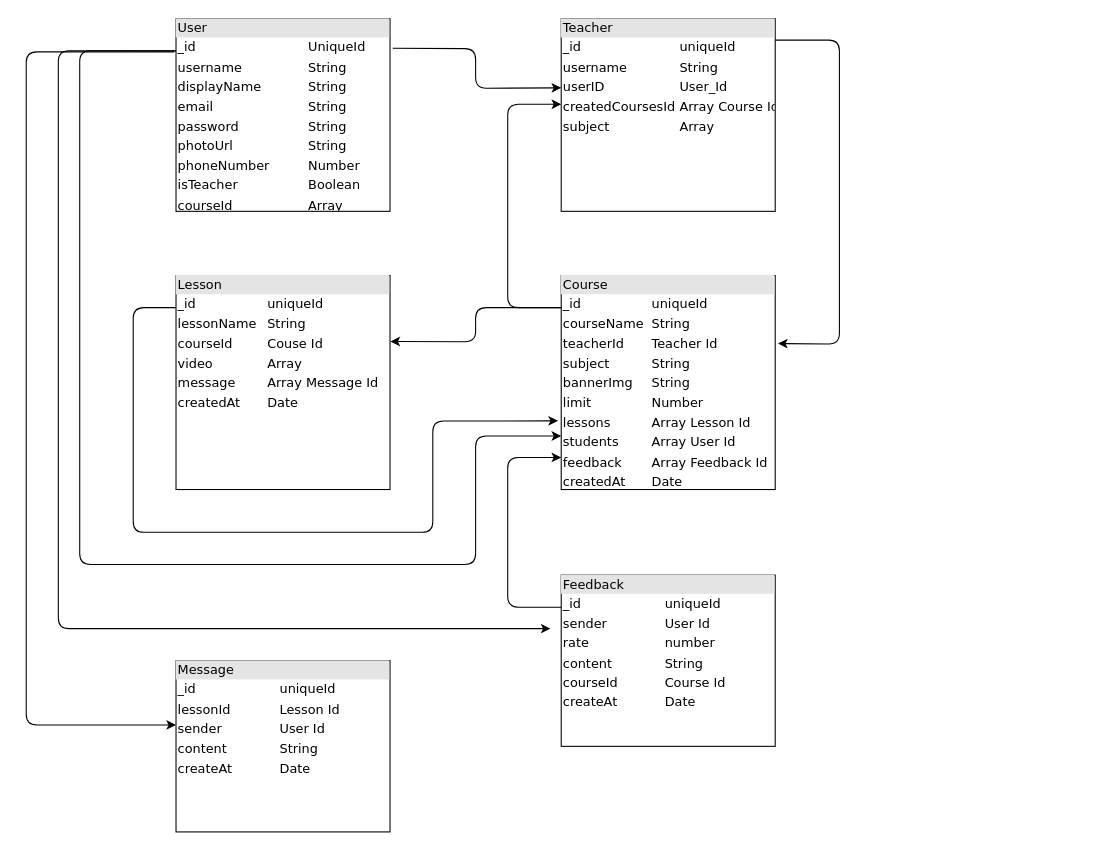
The draw.io diagram database.drawio in nguyenvanbapc66/4-chang-trai, before the edit. Source tidied: cells renumbered, new cells numbered last; positions are measured from the earlier drawing's top-left corner, leaving out a move shared by most shapes. Both pictures are drawn from the tidied source at 107%, with x=0, y=0 at pixel (26, 18).
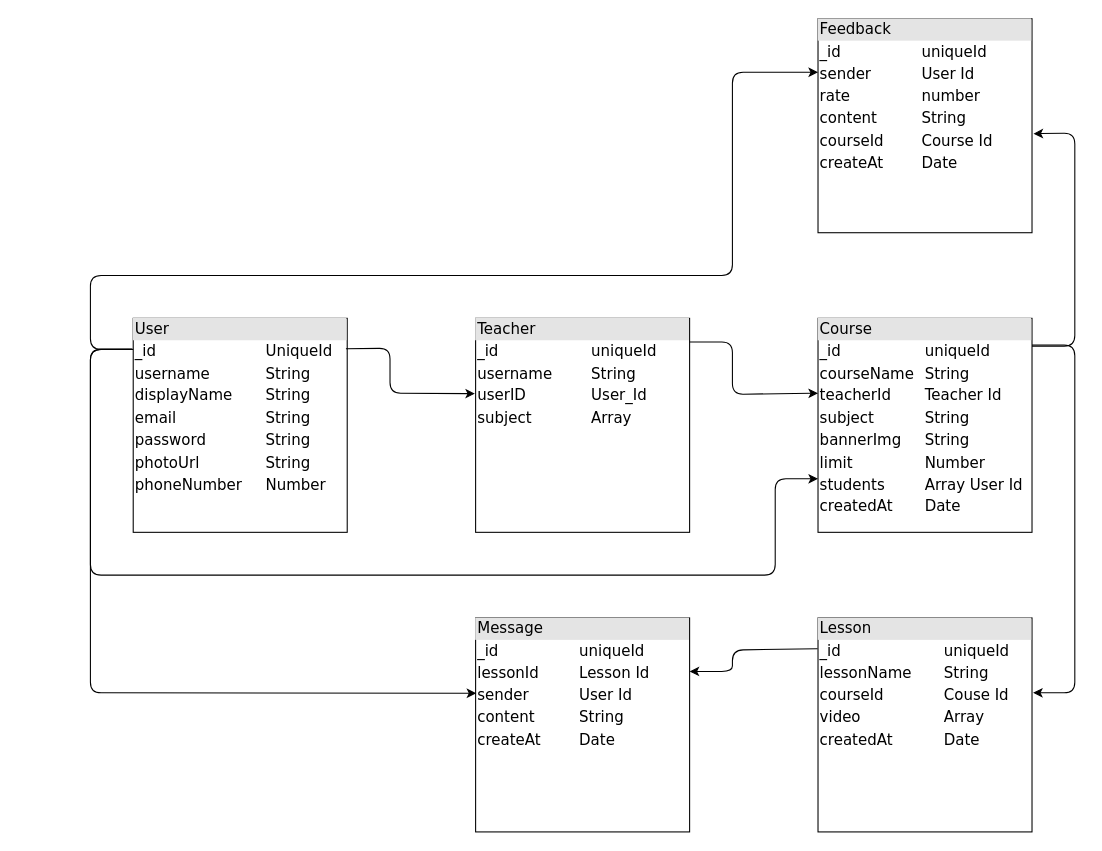
The same diagram, later.

The edit, as a diff of the source:
```diff
@@
-    <mxCell id="2" value="&lt;div style=&quot;box-sizing: border-box ; width: 100% ; background: #e4e4e4 ; padding: 2px&quot;&gt;User&lt;/div&gt;&lt;table style=&quot;width: 100% ; font-size: 1em&quot; cellpadding=&quot;2&quot; cellspacing=&quot;0&quot;&gt;&lt;tbody&gt;&lt;tr&gt;&lt;td&gt;_id&lt;/td&gt;&lt;td&gt;UniqueId&lt;br&gt;&lt;/td&gt;&lt;/tr&gt;&lt;tr&gt;&lt;td&gt;username&lt;/td&gt;&lt;td&gt;String&lt;/td&gt;&lt;/tr&gt;&lt;tr&gt;&lt;td&gt;displayName&lt;/td&gt;&lt;td&gt;String&lt;/td&gt;&lt;/tr&gt;&lt;tr&gt;&lt;td&gt;email&lt;/td&gt;&lt;td&gt;String&lt;/td&gt;&lt;/tr&gt;&lt;tr&gt;&lt;td&gt;password&lt;/td&gt;&lt;td&gt;String&lt;/td&gt;&lt;/tr&gt;&lt;tr&gt;&lt;td&gt;photoUrl&lt;/td&gt;&lt;td&gt;String&lt;/td&gt;&lt;/tr&gt;&lt;tr&gt;&lt;td&gt;phoneNumber&lt;/td&gt;&lt;td&gt;Number&lt;/td&gt;&lt;/tr&gt;&lt;tr&gt;&lt;td&gt;isTeacher&lt;/td&gt;&lt;td&gt;Boolean&lt;/td&gt;&lt;/tr&gt;&lt;tr&gt;&lt;td&gt;courseId&lt;/td&gt;&lt;td&gt;Array&lt;/td&gt;&lt;/tr&gt;&lt;/tbody&gt;&lt;/table&gt;" style="verticalAlign=top;align=left;overflow=fill;html=1;rounded=0;shadow=0;comic=0;labelBackgroundColor=none;strokeWidth=1;fontFamily=Verdana;fontSize=12;" parent="1" vertex="1">
-      <mxGeometry x="140" width="200" height="180" as="geometry" />
+    <mxCell id="2" value="&lt;div style=&quot;box-sizing: border-box ; width: 100% ; background: rgb(228 , 228 , 228) ; padding: 2px ; font-size: 14px&quot;&gt;&lt;font style=&quot;font-size: 14px&quot;&gt;User&lt;/font&gt;&lt;/div&gt;&lt;table style=&quot;width: 100% ; font-size: 14px&quot; cellpadding=&quot;2&quot; cellspacing=&quot;0&quot;&gt;&lt;tbody&gt;&lt;tr&gt;&lt;td&gt;&lt;font style=&quot;font-size: 14px&quot;&gt;_id&lt;/font&gt;&lt;/td&gt;&lt;td&gt;&lt;font style=&quot;font-size: 14px&quot;&gt;UniqueId&lt;br&gt;&lt;/font&gt;&lt;/td&gt;&lt;/tr&gt;&lt;tr&gt;&lt;td&gt;&lt;font style=&quot;font-size: 14px&quot;&gt;username&lt;/font&gt;&lt;/td&gt;&lt;td&gt;&lt;font style=&quot;font-size: 14px&quot;&gt;String&lt;/font&gt;&lt;/td&gt;&lt;/tr&gt;&lt;tr&gt;&lt;td&gt;&lt;font style=&quot;font-size: 14px&quot;&gt;displayName&lt;/font&gt;&lt;/td&gt;&lt;td&gt;&lt;font style=&quot;font-size: 14px&quot;&gt;String&lt;/font&gt;&lt;/td&gt;&lt;/tr&gt;&lt;tr&gt;&lt;td&gt;&lt;font style=&quot;font-size: 14px&quot;&gt;email&lt;/font&gt;&lt;/td&gt;&lt;td&gt;&lt;font style=&quot;font-size: 14px&quot;&gt;String&lt;/font&gt;&lt;/td&gt;&lt;/tr&gt;&lt;tr&gt;&lt;td&gt;&lt;font style=&quot;font-size: 14px&quot;&gt;password&lt;/font&gt;&lt;/td&gt;&lt;td&gt;&lt;font style=&quot;font-size: 14px&quot;&gt;String&lt;/font&gt;&lt;/td&gt;&lt;/tr&gt;&lt;tr&gt;&lt;td&gt;&lt;font style=&quot;font-size: 14px&quot;&gt;photoUrl&lt;/font&gt;&lt;/td&gt;&lt;td&gt;&lt;font style=&quot;font-size: 14px&quot;&gt;String&lt;/font&gt;&lt;/td&gt;&lt;/tr&gt;&lt;tr&gt;&lt;td&gt;&lt;font style=&quot;font-size: 14px&quot;&gt;phoneNumber&lt;/font&gt;&lt;/td&gt;&lt;td&gt;&lt;font style=&quot;font-size: 14px&quot;&gt;Number&lt;/font&gt;&lt;/td&gt;&lt;/tr&gt;&lt;/tbody&gt;&lt;/table&gt;" style="verticalAlign=top;align=left;overflow=fill;html=1;rounded=0;shadow=0;comic=0;labelBackgroundColor=none;strokeWidth=1;fontFamily=Verdana;fontSize=12;" parent="1" vertex="1">
+      <mxGeometry x="100" y="280" width="200" height="200" as="geometry" />
     </mxCell>
-    <mxCell id="3" value="&lt;div style=&quot;box-sizing: border-box ; width: 100% ; background: #e4e4e4 ; padding: 2px&quot;&gt;Course&lt;/div&gt;&lt;table style=&quot;width: 100% ; font-size: 1em&quot; cellpadding=&quot;2&quot; cellspacing=&quot;0&quot;&gt;&lt;tbody&gt;&lt;tr&gt;&lt;td&gt;_id&lt;/td&gt;&lt;td&gt;uniqueId&lt;/td&gt;&lt;/tr&gt;&lt;tr&gt;&lt;td&gt;courseName&lt;/td&gt;&lt;td&gt;String&lt;/td&gt;&lt;/tr&gt;&lt;tr&gt;&lt;td&gt;teacherId&lt;/td&gt;&lt;td&gt;Teacher Id&lt;/td&gt;&lt;/tr&gt;&lt;tr&gt;&lt;td&gt;subject&lt;/td&gt;&lt;td&gt;String&lt;/td&gt;&lt;/tr&gt;&lt;tr&gt;&lt;td&gt;bannerImg&lt;/td&gt;&lt;td&gt;String&lt;/td&gt;&lt;/tr&gt;&lt;tr&gt;&lt;td&gt;limit&lt;/td&gt;&lt;td&gt;Number&lt;/td&gt;&lt;/tr&gt;&lt;tr&gt;&lt;td&gt;lessons&lt;/td&gt;&lt;td&gt;Array Lesson Id&lt;/td&gt;&lt;/tr&gt;&lt;tr&gt;&lt;td&gt;students&lt;/td&gt;&lt;td&gt;Array User Id&lt;/td&gt;&lt;/tr&gt;&lt;tr&gt;&lt;td&gt;feedback&lt;/td&gt;&lt;td&gt;Array Feedback Id&lt;/td&gt;&lt;/tr&gt;&lt;tr&gt;&lt;td&gt;createdAt&lt;/td&gt;&lt;td&gt;Date&lt;/td&gt;&lt;/tr&gt;&lt;/tbody&gt;&lt;/table&gt;" style="verticalAlign=top;align=left;overflow=fill;html=1;rounded=0;shadow=0;comic=0;labelBackgroundColor=none;strokeWidth=1;fontFamily=Verdana;fontSize=12;" parent="1" vertex="1">
-      <mxGeometry x="500" y="240" width="200" height="200" as="geometry" />
+    <mxCell id="3" value="&lt;div style=&quot;box-sizing: border-box ; width: 100% ; background: rgb(228 , 228 , 228) ; padding: 2px ; font-size: 14px&quot;&gt;&lt;font style=&quot;font-size: 14px&quot;&gt;Course&lt;/font&gt;&lt;/div&gt;&lt;table style=&quot;width: 100% ; font-size: 14px&quot; cellpadding=&quot;2&quot; cellspacing=&quot;0&quot;&gt;&lt;tbody&gt;&lt;tr&gt;&lt;td&gt;&lt;font style=&quot;font-size: 14px&quot;&gt;_id&lt;/font&gt;&lt;/td&gt;&lt;td&gt;&lt;font style=&quot;font-size: 14px&quot;&gt;uniqueId&lt;/font&gt;&lt;/td&gt;&lt;/tr&gt;&lt;tr&gt;&lt;td&gt;&lt;font style=&quot;font-size: 14px&quot;&gt;courseName&lt;/font&gt;&lt;/td&gt;&lt;td&gt;&lt;font style=&quot;font-size: 14px&quot;&gt;String&lt;/font&gt;&lt;/td&gt;&lt;/tr&gt;&lt;tr&gt;&lt;td&gt;&lt;font style=&quot;font-size: 14px&quot;&gt;teacherId&lt;/font&gt;&lt;/td&gt;&lt;td&gt;&lt;font style=&quot;font-size: 14px&quot;&gt;Teacher Id&lt;/font&gt;&lt;/td&gt;&lt;/tr&gt;&lt;tr&gt;&lt;td&gt;&lt;font style=&quot;font-size: 14px&quot;&gt;subject&lt;/font&gt;&lt;/td&gt;&lt;td&gt;&lt;font style=&quot;font-size: 14px&quot;&gt;String&lt;/font&gt;&lt;/td&gt;&lt;/tr&gt;&lt;tr&gt;&lt;td&gt;&lt;font style=&quot;font-size: 14px&quot;&gt;bannerImg&lt;/font&gt;&lt;/td&gt;&lt;td&gt;&lt;font style=&quot;font-size: 14px&quot;&gt;String&lt;/font&gt;&lt;/td&gt;&lt;/tr&gt;&lt;tr&gt;&lt;td&gt;&lt;font style=&quot;font-size: 14px&quot;&gt;limit&lt;/font&gt;&lt;/td&gt;&lt;td&gt;&lt;font style=&quot;font-size: 14px&quot;&gt;Number&lt;/font&gt;&lt;/td&gt;&lt;/tr&gt;&lt;tr&gt;&lt;td&gt;&lt;font style=&quot;font-size: 14px&quot;&gt;students&lt;/font&gt;&lt;/td&gt;&lt;td&gt;&lt;font style=&quot;font-size: 14px&quot;&gt;Array User Id&lt;/font&gt;&lt;/td&gt;&lt;/tr&gt;&lt;tr&gt;&lt;td&gt;&lt;font style=&quot;font-size: 14px&quot;&gt;createdAt&lt;/font&gt;&lt;/td&gt;&lt;td&gt;&lt;font style=&quot;font-size: 14px&quot;&gt;Date&lt;/font&gt;&lt;/td&gt;&lt;/tr&gt;&lt;/tbody&gt;&lt;/table&gt;" style="verticalAlign=top;align=left;overflow=fill;html=1;rounded=0;shadow=0;comic=0;labelBackgroundColor=none;strokeWidth=1;fontFamily=Verdana;fontSize=12;" parent="1" vertex="1">
+      <mxGeometry x="740" y="280" width="200" height="200" as="geometry" />
     </mxCell>
-    <mxCell id="4" value="&lt;div style=&quot;box-sizing: border-box ; width: 100% ; background: #e4e4e4 ; padding: 2px&quot;&gt;Feedback&lt;/div&gt;&lt;table style=&quot;width: 100% ; font-size: 1em&quot; cellpadding=&quot;2&quot; cellspacing=&quot;0&quot;&gt;&lt;tbody&gt;&lt;tr&gt;&lt;td&gt;_id&lt;/td&gt;&lt;td&gt;uniqueId&lt;/td&gt;&lt;/tr&gt;&lt;tr&gt;&lt;td&gt;sender&lt;/td&gt;&lt;td&gt;User Id&lt;/td&gt;&lt;/tr&gt;&lt;tr&gt;&lt;td&gt;rate&lt;/td&gt;&lt;td&gt;number&lt;/td&gt;&lt;/tr&gt;&lt;tr&gt;&lt;td&gt;content&lt;/td&gt;&lt;td&gt;String&lt;br&gt;&lt;/td&gt;&lt;/tr&gt;&lt;tr&gt;&lt;td&gt;courseId&lt;/td&gt;&lt;td&gt;Course Id&lt;br&gt;&lt;/td&gt;&lt;/tr&gt;&lt;tr&gt;&lt;td&gt;createAt&lt;/td&gt;&lt;td&gt;Date&lt;/td&gt;&lt;/tr&gt;&lt;/tbody&gt;&lt;/table&gt;" style="verticalAlign=top;align=left;overflow=fill;html=1;rounded=0;shadow=0;comic=0;labelBackgroundColor=none;strokeWidth=1;fontFamily=Verdana;fontSize=12;" parent="1" vertex="1">
-      <mxGeometry x="500" y="520" width="200" height="160" as="geometry" />
+    <mxCell id="4" value="&lt;div style=&quot;box-sizing: border-box ; width: 100% ; background: rgb(228 , 228 , 228) ; padding: 2px ; font-size: 14px&quot;&gt;&lt;font style=&quot;font-size: 14px&quot;&gt;Feedback&lt;/font&gt;&lt;/div&gt;&lt;table style=&quot;width: 100% ; font-size: 14px&quot; cellpadding=&quot;2&quot; cellspacing=&quot;0&quot;&gt;&lt;tbody&gt;&lt;tr&gt;&lt;td&gt;&lt;font style=&quot;font-size: 14px&quot;&gt;_id&lt;/font&gt;&lt;/td&gt;&lt;td&gt;&lt;font style=&quot;font-size: 14px&quot;&gt;uniqueId&lt;/font&gt;&lt;/td&gt;&lt;/tr&gt;&lt;tr&gt;&lt;td&gt;&lt;font style=&quot;font-size: 14px&quot;&gt;sender&lt;/font&gt;&lt;/td&gt;&lt;td&gt;&lt;font style=&quot;font-size: 14px&quot;&gt;User Id&lt;/font&gt;&lt;/td&gt;&lt;/tr&gt;&lt;tr&gt;&lt;td&gt;&lt;font style=&quot;font-size: 14px&quot;&gt;rate&lt;/font&gt;&lt;/td&gt;&lt;td&gt;&lt;font style=&quot;font-size: 14px&quot;&gt;number&lt;/font&gt;&lt;/td&gt;&lt;/tr&gt;&lt;tr&gt;&lt;td&gt;&lt;font style=&quot;font-size: 14px&quot;&gt;content&lt;/font&gt;&lt;/td&gt;&lt;td&gt;&lt;font style=&quot;font-size: 14px&quot;&gt;String&lt;br&gt;&lt;/font&gt;&lt;/td&gt;&lt;/tr&gt;&lt;tr&gt;&lt;td&gt;&lt;font style=&quot;font-size: 14px&quot;&gt;courseId&lt;/font&gt;&lt;/td&gt;&lt;td&gt;&lt;font style=&quot;font-size: 14px&quot;&gt;Course Id&lt;br&gt;&lt;/font&gt;&lt;/td&gt;&lt;/tr&gt;&lt;tr&gt;&lt;td&gt;&lt;font style=&quot;font-size: 14px&quot;&gt;createAt&lt;/font&gt;&lt;/td&gt;&lt;td&gt;&lt;font style=&quot;font-size: 14px&quot;&gt;Date&lt;/font&gt;&lt;/td&gt;&lt;/tr&gt;&lt;/tbody&gt;&lt;/table&gt;" style="verticalAlign=top;align=left;overflow=fill;html=1;rounded=0;shadow=0;comic=0;labelBackgroundColor=none;strokeWidth=1;fontFamily=Verdana;fontSize=12;" parent="1" vertex="1">
+      <mxGeometry x="740" width="200" height="200" as="geometry" />
     </mxCell>
-    <mxCell id="5" value="&lt;div style=&quot;box-sizing: border-box ; width: 100% ; background: #e4e4e4 ; padding: 2px&quot;&gt;Teacher&lt;/div&gt;&lt;table style=&quot;width: 100% ; font-size: 1em&quot; cellpadding=&quot;2&quot; cellspacing=&quot;0&quot;&gt;&lt;tbody&gt;&lt;tr&gt;&lt;td&gt;_id&lt;/td&gt;&lt;td&gt;uniqueId&lt;/td&gt;&lt;/tr&gt;&lt;tr&gt;&lt;td&gt;username&lt;/td&gt;&lt;td&gt;String&lt;/td&gt;&lt;/tr&gt;&lt;tr&gt;&lt;td&gt;userID&lt;/td&gt;&lt;td&gt;User_Id&lt;/td&gt;&lt;/tr&gt;&lt;tr&gt;&lt;td&gt;createdCoursesId&lt;/td&gt;&lt;td&gt;Array Course Id&lt;/td&gt;&lt;/tr&gt;&lt;tr&gt;&lt;td&gt;subject&lt;/td&gt;&lt;td&gt;Array&lt;/td&gt;&lt;/tr&gt;&lt;tr&gt;&lt;td&gt;&lt;br&gt;&lt;/td&gt;&lt;td&gt;&lt;br&gt;&lt;/td&gt;&lt;/tr&gt;&lt;/tbody&gt;&lt;/table&gt;" style="verticalAlign=top;align=left;overflow=fill;html=1;fontFamily=Verdana;" parent="1" vertex="1">
-      <mxGeometry x="500" width="200" height="180" as="geometry" />
+    <mxCell id="5" value="&lt;div style=&quot;box-sizing: border-box ; width: 100% ; background: rgb(228 , 228 , 228) ; padding: 2px ; font-size: 14px&quot;&gt;&lt;font style=&quot;font-size: 14px&quot;&gt;Teacher&lt;/font&gt;&lt;/div&gt;&lt;table style=&quot;width: 100% ; font-size: 14px&quot; cellpadding=&quot;2&quot; cellspacing=&quot;0&quot;&gt;&lt;tbody&gt;&lt;tr&gt;&lt;td&gt;&lt;font style=&quot;font-size: 14px&quot;&gt;_id&lt;/font&gt;&lt;/td&gt;&lt;td&gt;&lt;font style=&quot;font-size: 14px&quot;&gt;uniqueId&lt;/font&gt;&lt;/td&gt;&lt;/tr&gt;&lt;tr&gt;&lt;td&gt;&lt;font style=&quot;font-size: 14px&quot;&gt;username&lt;/font&gt;&lt;/td&gt;&lt;td&gt;&lt;font style=&quot;font-size: 14px&quot;&gt;String&lt;/font&gt;&lt;/td&gt;&lt;/tr&gt;&lt;tr&gt;&lt;td&gt;&lt;font style=&quot;font-size: 14px&quot;&gt;userID&lt;/font&gt;&lt;/td&gt;&lt;td&gt;&lt;font style=&quot;font-size: 14px&quot;&gt;User_Id&lt;/font&gt;&lt;/td&gt;&lt;/tr&gt;&lt;tr&gt;&lt;td&gt;&lt;font style=&quot;font-size: 14px&quot;&gt;subject&lt;/font&gt;&lt;/td&gt;&lt;td&gt;&lt;font style=&quot;font-size: 14px&quot;&gt;Array&lt;/font&gt;&lt;/td&gt;&lt;/tr&gt;&lt;/tbody&gt;&lt;/table&gt;" style="verticalAlign=top;align=left;overflow=fill;html=1;fontFamily=Verdana;" parent="1" vertex="1">
+      <mxGeometry x="420" y="280" width="200" height="200" as="geometry" />
     </mxCell>
-    <mxCell id="6" value="&lt;div style=&quot;box-sizing: border-box ; width: 100% ; background: #e4e4e4 ; padding: 2px&quot;&gt;Lesson&lt;/div&gt;&lt;table style=&quot;width: 100% ; font-size: 1em&quot; cellpadding=&quot;2&quot; cellspacing=&quot;0&quot;&gt;&lt;tbody&gt;&lt;tr&gt;&lt;td&gt;_id&lt;/td&gt;&lt;td&gt;uniqueId&lt;/td&gt;&lt;/tr&gt;&lt;tr&gt;&lt;td&gt;lessonName&lt;/td&gt;&lt;td&gt;String&lt;/td&gt;&lt;/tr&gt;&lt;tr&gt;&lt;td&gt;courseId&lt;/td&gt;&lt;td&gt;Couse Id&lt;/td&gt;&lt;/tr&gt;&lt;tr&gt;&lt;td&gt;video&lt;/td&gt;&lt;td&gt;Array&lt;/td&gt;&lt;/tr&gt;&lt;tr&gt;&lt;td&gt;message&lt;/td&gt;&lt;td&gt;Array Message Id&lt;/td&gt;&lt;/tr&gt;&lt;tr&gt;&lt;td&gt;createdAt&lt;/td&gt;&lt;td&gt;Date&lt;/td&gt;&lt;/tr&gt;&lt;/tbody&gt;&lt;/table&gt;" style="verticalAlign=top;align=left;overflow=fill;html=1;fontFamily=Verdana;" parent="1" vertex="1">
-      <mxGeometry x="140" y="240" width="200" height="200" as="geometry" />
+    <mxCell id="6" value="&lt;div style=&quot;box-sizing: border-box ; width: 100% ; background: rgb(228 , 228 , 228) ; padding: 2px ; font-size: 14px&quot;&gt;&lt;font style=&quot;font-size: 14px&quot;&gt;Lesson&lt;/font&gt;&lt;/div&gt;&lt;table style=&quot;width: 100% ; font-size: 14px&quot; cellpadding=&quot;2&quot; cellspacing=&quot;0&quot;&gt;&lt;tbody&gt;&lt;tr&gt;&lt;td&gt;&lt;font style=&quot;font-size: 14px&quot;&gt;_id&lt;/font&gt;&lt;/td&gt;&lt;td&gt;&lt;font style=&quot;font-size: 14px&quot;&gt;uniqueId&lt;/font&gt;&lt;/td&gt;&lt;/tr&gt;&lt;tr&gt;&lt;td&gt;&lt;font style=&quot;font-size: 14px&quot;&gt;lessonName&lt;/font&gt;&lt;/td&gt;&lt;td&gt;&lt;font style=&quot;font-size: 14px&quot;&gt;String&lt;/font&gt;&lt;/td&gt;&lt;/tr&gt;&lt;tr&gt;&lt;td&gt;&lt;font style=&quot;font-size: 14px&quot;&gt;courseId&lt;/font&gt;&lt;/td&gt;&lt;td&gt;&lt;font style=&quot;font-size: 14px&quot;&gt;Couse Id&lt;/font&gt;&lt;/td&gt;&lt;/tr&gt;&lt;tr&gt;&lt;td&gt;&lt;font style=&quot;font-size: 14px&quot;&gt;video&lt;/font&gt;&lt;/td&gt;&lt;td&gt;&lt;font style=&quot;font-size: 14px&quot;&gt;Array&lt;/font&gt;&lt;/td&gt;&lt;/tr&gt;&lt;tr&gt;&lt;td&gt;&lt;font style=&quot;font-size: 14px&quot;&gt;createdAt&lt;/font&gt;&lt;/td&gt;&lt;td&gt;&lt;font style=&quot;font-size: 14px&quot;&gt;Date&lt;/font&gt;&lt;/td&gt;&lt;/tr&gt;&lt;/tbody&gt;&lt;/table&gt;" style="verticalAlign=top;align=left;overflow=fill;html=1;fontFamily=Verdana;" parent="1" vertex="1">
+      <mxGeometry x="740" y="560" width="200" height="200" as="geometry" />
     </mxCell>
-    <mxCell id="7" value="&lt;div style=&quot;box-sizing: border-box ; width: 100% ; background: #e4e4e4 ; padding: 2px&quot;&gt;Message&lt;/div&gt;&lt;table style=&quot;width: 100% ; font-size: 1em&quot; cellpadding=&quot;2&quot; cellspacing=&quot;0&quot;&gt;&lt;tbody&gt;&lt;tr&gt;&lt;td&gt;_id&lt;/td&gt;&lt;td&gt;uniqueId&lt;/td&gt;&lt;/tr&gt;&lt;tr&gt;&lt;td&gt;lessonId&lt;/td&gt;&lt;td&gt;Lesson Id&lt;/td&gt;&lt;/tr&gt;&lt;tr&gt;&lt;td&gt;sender&lt;/td&gt;&lt;td&gt;User Id&lt;/td&gt;&lt;/tr&gt;&lt;tr&gt;&lt;td&gt;content&lt;/td&gt;&lt;td&gt;String&lt;/td&gt;&lt;/tr&gt;&lt;tr&gt;&lt;td&gt;createAt&lt;/td&gt;&lt;td&gt;Date&lt;/td&gt;&lt;/tr&gt;&lt;/tbody&gt;&lt;/table&gt;" style="verticalAlign=top;align=left;overflow=fill;html=1;fontFamily=Verdana;" parent="1" vertex="1">
-      <mxGeometry x="140" y="600" width="200" height="160" as="geometry" />
+    <mxCell id="7" value="&lt;div style=&quot;box-sizing: border-box ; width: 100% ; background: rgb(228 , 228 , 228) ; padding: 2px ; font-size: 14px&quot;&gt;&lt;font style=&quot;font-size: 14px&quot;&gt;Message&lt;/font&gt;&lt;/div&gt;&lt;table style=&quot;width: 100% ; font-size: 14px&quot; cellpadding=&quot;2&quot; cellspacing=&quot;0&quot;&gt;&lt;tbody&gt;&lt;tr&gt;&lt;td&gt;&lt;font style=&quot;font-size: 14px&quot;&gt;_id&lt;/font&gt;&lt;/td&gt;&lt;td&gt;&lt;font style=&quot;font-size: 14px&quot;&gt;uniqueId&lt;/font&gt;&lt;/td&gt;&lt;/tr&gt;&lt;tr&gt;&lt;td&gt;&lt;font style=&quot;font-size: 14px&quot;&gt;lessonId&lt;/font&gt;&lt;/td&gt;&lt;td&gt;&lt;font style=&quot;font-size: 14px&quot;&gt;Lesson Id&lt;/font&gt;&lt;/td&gt;&lt;/tr&gt;&lt;tr&gt;&lt;td&gt;&lt;font style=&quot;font-size: 14px&quot;&gt;sender&lt;/font&gt;&lt;/td&gt;&lt;td&gt;&lt;font style=&quot;font-size: 14px&quot;&gt;User Id&lt;/font&gt;&lt;/td&gt;&lt;/tr&gt;&lt;tr&gt;&lt;td&gt;&lt;font style=&quot;font-size: 14px&quot;&gt;content&lt;/font&gt;&lt;/td&gt;&lt;td&gt;&lt;font style=&quot;font-size: 14px&quot;&gt;String&lt;/font&gt;&lt;/td&gt;&lt;/tr&gt;&lt;tr&gt;&lt;td&gt;&lt;font style=&quot;font-size: 14px&quot;&gt;createAt&lt;/font&gt;&lt;/td&gt;&lt;td&gt;&lt;font style=&quot;font-size: 14px&quot;&gt;Date&lt;/font&gt;&lt;/td&gt;&lt;/tr&gt;&lt;/tbody&gt;&lt;/table&gt;" style="verticalAlign=top;align=left;overflow=fill;html=1;fontFamily=Verdana;" parent="1" vertex="1">
+      <mxGeometry x="420" y="560" width="200" height="200" as="geometry" />
     </mxCell>
-    <mxCell id="8" style="endArrow=classic;html=1;fontFamily=Verdana;entryX=0;entryY=0.359;entryDx=0;entryDy=0;entryPerimeter=0;exitX=1.013;exitY=0.153;exitDx=0;exitDy=0;exitPerimeter=0;" parent="1" edge="1" source="2" target="5">
+    <mxCell id="8" style="endArrow=classic;html=1;fontFamily=Verdana;entryX=-0.003;entryY=0.352;entryDx=0;entryDy=0;entryPerimeter=0;exitX=0.994;exitY=0.142;exitDx=0;exitDy=0;exitPerimeter=0;" parent="1" edge="1" source="2" target="5">
       <mxGeometry relative="1" as="geometry">
         <Array as="points">
-          <mxPoint x="420" y="28" />
-          <mxPoint x="420" y="65" />
+          <mxPoint x="340" y="308" />
+          <mxPoint x="340" y="350" />
         </Array>
       </mxGeometry>
     </mxCell>
-    <mxCell id="9" style="endArrow=classic;html=1;fontFamily=Verdana;entryX=0;entryY=0.444;entryDx=0;entryDy=0;entryPerimeter=0;exitX=0;exitY=0.15;exitDx=0;exitDy=0;exitPerimeter=0;" parent="1" edge="1" source="3" target="5">
-      <mxGeometry relative="1" as="geometry">
-        <Array as="points">
-          <mxPoint x="450" y="270" />
-          <mxPoint x="450" y="80" />
-        </Array>
-      </mxGeometry>
-    </mxCell>
-    <mxCell id="10" style="endArrow=classic;html=1;fontFamily=Verdana;exitX=1;exitY=0.111;exitDx=0;exitDy=0;exitPerimeter=0;entryX=1.013;entryY=0.318;entryDx=0;entryDy=0;entryPerimeter=0;" parent="1" edge="1" source="5" target="3">
+    <mxCell id="10" style="endArrow=classic;html=1;fontFamily=Verdana;exitX=1;exitY=0.111;exitDx=0;exitDy=0;exitPerimeter=0;" parent="1" edge="1" source="5">
       <mxGeometry relative="1" as="geometry">
+        <mxPoint x="740" y="350" as="targetPoint" />
         <Array as="points">
-          <mxPoint x="760" y="20" />
-          <mxPoint x="760" y="304" />
+          <mxPoint x="660" y="302" />
+          <mxPoint x="660" y="351" />
         </Array>
       </mxGeometry>
     </mxCell>
-    <mxCell id="11" style="endArrow=classic;html=1;fontFamily=Verdana;entryX=-0.015;entryY=0.679;entryDx=0;entryDy=0;entryPerimeter=0;exitX=0;exitY=0.15;exitDx=0;exitDy=0;exitPerimeter=0;" parent="1" edge="1" source="6" target="3">
-      <mxGeometry relative="1" as="geometry">
-        <Array as="points">
-          <mxPoint x="100" y="270" />
-          <mxPoint x="100" y="480" />
-          <mxPoint x="380" y="480" />
-          <mxPoint x="380" y="376" />
-        </Array>
-      </mxGeometry>
-    </mxCell>
-    <mxCell id="12" style="endArrow=classic;html=1;fontFamily=Verdana;entryX=1.002;entryY=0.308;entryDx=0;entryDy=0;entryPerimeter=0;" parent="1" edge="1" target="6">
-      <mxGeometry relative="1" as="geometry">
-        <mxPoint x="500" y="270" as="sourcePoint" />
-        <Array as="points">
-          <mxPoint x="420" y="270" />
-          <mxPoint x="420" y="302" />
-        </Array>
-      </mxGeometry>
-    </mxCell>
+    <mxCell id="17" style="endArrow=classic;html=1;fontFamily=Verdana;exitX=-0.002;exitY=0.144;exitDx=0;exitDy=0;exitPerimeter=0;entryX=1;entryY=0.25;entryDx=0;entryDy=0;" parent="1" edge="1" source="6" target="7">
+      <mxGeometry relative="1" as="geometry">
+        <Array as="points">
+          <mxPoint x="660" y="590" />
+          <mxPoint x="660" y="610" />
+        </Array>
+      </mxGeometry>
+    </mxCell>
+    <mxCell id="18" style="endArrow=classic;html=1;fontFamily=Verdana;entryX=1.007;entryY=0.537;entryDx=0;entryDy=0;entryPerimeter=0;" parent="1" edge="1" target="4">
+      <mxGeometry relative="1" as="geometry">
+        <mxPoint x="940" y="306" as="sourcePoint" />
+        <Array as="points">
+          <mxPoint x="980" y="306" />
+          <mxPoint x="980" y="107" />
+        </Array>
+      </mxGeometry>
+    </mxCell>
+    <mxCell id="19" style="endArrow=classic;html=1;fontFamily=Verdana;entryX=0;entryY=0.25;entryDx=0;entryDy=0;exitX=-0.002;exitY=0.146;exitDx=0;exitDy=0;exitPerimeter=0;" parent="1" edge="1" source="2" target="4">
+      <mxGeometry relative="1" as="geometry">
+        <Array as="points">
+          <mxPoint x="60" y="309" />
+          <mxPoint x="60" y="240" />
+          <mxPoint x="660" y="240" />
+          <mxPoint x="660" y="50" />
+        </Array>
+      </mxGeometry>
+    </mxCell>
+    <mxCell id="20" style="endArrow=classic;html=1;fontFamily=Verdana;entryX=0.003;entryY=0.352;entryDx=0;entryDy=0;entryPerimeter=0;" parent="1" edge="1" target="7">
+      <mxGeometry relative="1" as="geometry">
+        <mxPoint x="100" y="309" as="sourcePoint" />
+        <Array as="points">
+          <mxPoint x="60" y="309" />
+          <mxPoint x="60" y="630" />
+        </Array>
+      </mxGeometry>
+    </mxCell>
-    <mxCell id="13" style="endArrow=classic;html=1;fontFamily=Verdana;entryX=0;entryY=0.75;entryDx=0;entryDy=0;exitX=0;exitY=0.167;exitDx=0;exitDy=0;exitPerimeter=0;" parent="1" edge="1" source="2" target="3">
+    <mxCell id="13" style="endArrow=classic;html=1;fontFamily=Verdana;exitX=-0.006;exitY=0.144;exitDx=0;exitDy=0;exitPerimeter=0;entryX=0;entryY=0.75;entryDx=0;entryDy=0;" parent="1" edge="1" source="2" target="3">
       <mxGeometry relative="1" as="geometry">
         <Array as="points">
-          <mxPoint x="50" y="30" />
-          <mxPoint x="50" y="510" />
-          <mxPoint x="420" y="510" />
-          <mxPoint x="420" y="390" />
+          <mxPoint x="60" y="309" />
+          <mxPoint x="60" y="520" />
+          <mxPoint x="700" y="520" />
+          <mxPoint x="700" y="430" />
         </Array>
       </mxGeometry>
     </mxCell>
-    <mxCell id="14" style="endArrow=classic;html=1;fontFamily=Verdana;exitX=0;exitY=0.188;exitDx=0;exitDy=0;exitPerimeter=0;entryX=0;entryY=0.85;entryDx=0;entryDy=0;entryPerimeter=0;" parent="1" edge="1" source="4" target="3">
-      <mxGeometry relative="1" as="geometry">
-        <Array as="points">
-          <mxPoint x="450" y="550" />
-          <mxPoint x="450" y="410" />
-        </Array>
-      </mxGeometry>
-    </mxCell>
-    <mxCell id="15" style="endArrow=classic;html=1;fontFamily=Verdana;exitX=-0.003;exitY=0.166;exitDx=0;exitDy=0;exitPerimeter=0;" parent="1" edge="1" source="2">
-      <mxGeometry relative="1" as="geometry">
-        <mxPoint x="490" y="570" as="targetPoint" />
-        <Array as="points">
-          <mxPoint x="30" y="30" />
-          <mxPoint x="30" y="570" />
-        </Array>
-      </mxGeometry>
-    </mxCell>
-    <mxCell id="16" style="endArrow=classic;html=1;fontFamily=Verdana;exitX=-0.008;exitY=0.172;exitDx=0;exitDy=0;exitPerimeter=0;entryX=0;entryY=0.375;entryDx=0;entryDy=0;entryPerimeter=0;" parent="1" edge="1" source="2" target="7">
-      <mxGeometry relative="1" as="geometry">
-        <Array as="points">
-          <mxPoint y="31" />
-          <mxPoint y="660" />
-        </Array>
-      </mxGeometry>
-    </mxCell>
+    <mxCell id="21" style="endArrow=classic;html=1;fontFamily=Verdana;entryX=1.005;entryY=0.35;entryDx=0;entryDy=0;entryPerimeter=0;" parent="1" edge="1" target="6">
+      <mxGeometry relative="1" as="geometry">
+        <mxPoint x="940" y="305" as="sourcePoint" />
+        <Array as="points">
+          <mxPoint x="980" y="305" />
+          <mxPoint x="980" y="630" />
+        </Array>
+      </mxGeometry>
+    </mxCell>
```
